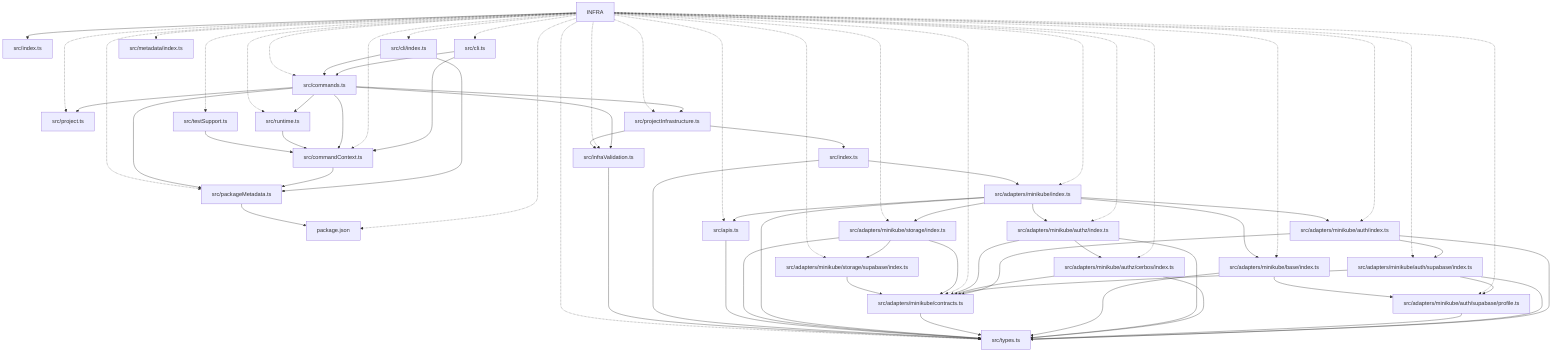
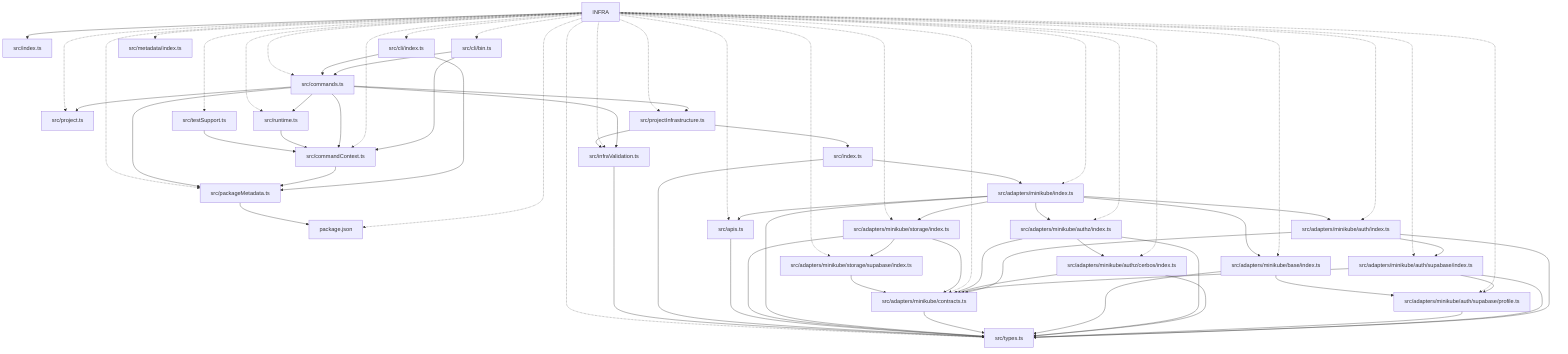
graph TD
  package__ankhorage_infra["INFRA"]
  entrypoint_src_index_ts["src/index.ts"]
  package__ankhorage_infra --> entrypoint_src_index_ts
  module_package_json["package.json"]
  package__ankhorage_infra -.-> module_package_json
  module_src_adapters_minikube_auth_index_ts["src/adapters/minikube/auth/index.ts"]
  package__ankhorage_infra -.-> module_src_adapters_minikube_auth_index_ts
  module_src_adapters_minikube_auth_index_ts --> module_src_adapters_minikube_auth_supabase_index_ts
  module_src_adapters_minikube_auth_index_ts --> module_src_adapters_minikube_contracts_ts
  module_src_adapters_minikube_auth_index_ts --> module_src_types_ts
  module_src_adapters_minikube_auth_supabase_index_ts["src/adapters/minikube/auth/supabase/index.ts"]
  package__ankhorage_infra -.-> module_src_adapters_minikube_auth_supabase_index_ts
  module_src_adapters_minikube_auth_supabase_index_ts --> module_src_adapters_minikube_auth_supabase_profile_ts
  module_src_adapters_minikube_auth_supabase_index_ts --> module_src_adapters_minikube_contracts_ts
  module_src_adapters_minikube_auth_supabase_index_ts --> module_src_types_ts
  module_src_adapters_minikube_auth_supabase_profile_ts["src/adapters/minikube/auth/supabase/profile.ts"]
  package__ankhorage_infra -.-> module_src_adapters_minikube_auth_supabase_profile_ts
  module_src_adapters_minikube_auth_supabase_profile_ts --> module_src_types_ts
  module_src_adapters_minikube_authz_cerbos_index_ts["src/adapters/minikube/authz/cerbos/index.ts"]
  package__ankhorage_infra -.-> module_src_adapters_minikube_authz_cerbos_index_ts
  module_src_adapters_minikube_authz_cerbos_index_ts --> module_src_adapters_minikube_contracts_ts
  module_src_adapters_minikube_authz_cerbos_index_ts --> module_src_types_ts
  module_src_adapters_minikube_authz_index_ts["src/adapters/minikube/authz/index.ts"]
  package__ankhorage_infra -.-> module_src_adapters_minikube_authz_index_ts
  module_src_adapters_minikube_authz_index_ts --> module_src_adapters_minikube_authz_cerbos_index_ts
  module_src_adapters_minikube_authz_index_ts --> module_src_adapters_minikube_contracts_ts
  module_src_adapters_minikube_authz_index_ts --> module_src_types_ts
  module_src_adapters_minikube_base_index_ts["src/adapters/minikube/base/index.ts"]
  package__ankhorage_infra -.-> module_src_adapters_minikube_base_index_ts
  module_src_adapters_minikube_base_index_ts --> module_src_adapters_minikube_auth_supabase_profile_ts
  module_src_adapters_minikube_base_index_ts --> module_src_types_ts
  module_src_adapters_minikube_contracts_ts["src/adapters/minikube/contracts.ts"]
  package__ankhorage_infra -.-> module_src_adapters_minikube_contracts_ts
  module_src_adapters_minikube_contracts_ts --> module_src_types_ts
  module_src_adapters_minikube_index_ts["src/adapters/minikube/index.ts"]
  package__ankhorage_infra -.-> module_src_adapters_minikube_index_ts
  module_src_adapters_minikube_index_ts --> module_src_adapters_minikube_auth_index_ts
  module_src_adapters_minikube_index_ts --> module_src_adapters_minikube_authz_index_ts
  module_src_adapters_minikube_index_ts --> module_src_adapters_minikube_base_index_ts
  module_src_adapters_minikube_index_ts --> module_src_adapters_minikube_storage_index_ts
  module_src_adapters_minikube_index_ts --> module_src_apis_ts
  module_src_adapters_minikube_index_ts --> module_src_types_ts
  module_src_adapters_minikube_storage_index_ts["src/adapters/minikube/storage/index.ts"]
  package__ankhorage_infra -.-> module_src_adapters_minikube_storage_index_ts
  module_src_adapters_minikube_storage_index_ts --> module_src_adapters_minikube_contracts_ts
  module_src_adapters_minikube_storage_index_ts --> module_src_adapters_minikube_storage_supabase_index_ts
  module_src_adapters_minikube_storage_index_ts --> module_src_types_ts
  module_src_adapters_minikube_storage_supabase_index_ts["src/adapters/minikube/storage/supabase/index.ts"]
  package__ankhorage_infra -.-> module_src_adapters_minikube_storage_supabase_index_ts
  module_src_adapters_minikube_storage_supabase_index_ts --> module_src_adapters_minikube_contracts_ts
  module_src_apis_ts["src/apis.ts"]
  package__ankhorage_infra -.-> module_src_apis_ts
  module_src_apis_ts --> module_src_types_ts
-   module_src_cli_ts["src/cli.ts"]
-   package__ankhorage_infra -.-> module_src_cli_ts
-   module_src_cli_ts --> module_src_commandContext_ts
-   module_src_cli_ts --> module_src_commands_ts
+   module_src_cli_bin_ts["src/cli/bin.ts"]
+   package__ankhorage_infra -.-> module_src_cli_bin_ts
+   module_src_cli_bin_ts --> module_src_commandContext_ts
+   module_src_cli_bin_ts --> module_src_commands_ts
  module_src_cli_index_ts["src/cli/index.ts"]
  package__ankhorage_infra -.-> module_src_cli_index_ts
  module_src_cli_index_ts --> module_src_commands_ts
  module_src_cli_index_ts --> module_src_packageMetadata_ts
  module_src_commandContext_ts["src/commandContext.ts"]
  package__ankhorage_infra -.-> module_src_commandContext_ts
  module_src_commandContext_ts --> module_src_packageMetadata_ts
  module_src_commands_ts["src/commands.ts"]
  package__ankhorage_infra -.-> module_src_commands_ts
  module_src_commands_ts --> module_src_commandContext_ts
  module_src_commands_ts --> module_src_infraValidation_ts
  module_src_commands_ts --> module_src_packageMetadata_ts
  module_src_commands_ts --> module_src_project_ts
  module_src_commands_ts --> module_src_projectInfrastructure_ts
  module_src_commands_ts --> module_src_runtime_ts
  module_src_index_ts["src/index.ts"]
  module_src_index_ts --> module_src_adapters_minikube_index_ts
  module_src_index_ts --> module_src_types_ts
  module_src_infraValidation_ts["src/infraValidation.ts"]
  package__ankhorage_infra -.-> module_src_infraValidation_ts
  module_src_infraValidation_ts --> module_src_types_ts
  module_src_metadata_index_ts["src/metadata/index.ts"]
  package__ankhorage_infra -.-> module_src_metadata_index_ts
  module_src_packageMetadata_ts["src/packageMetadata.ts"]
  package__ankhorage_infra -.-> module_src_packageMetadata_ts
  module_src_packageMetadata_ts --> module_package_json
  module_src_project_ts["src/project.ts"]
  package__ankhorage_infra -.-> module_src_project_ts
  module_src_projectInfrastructure_ts["src/projectInfrastructure.ts"]
  package__ankhorage_infra -.-> module_src_projectInfrastructure_ts
  module_src_projectInfrastructure_ts --> module_src_index_ts
  module_src_projectInfrastructure_ts --> module_src_infraValidation_ts
  module_src_runtime_ts["src/runtime.ts"]
  package__ankhorage_infra -.-> module_src_runtime_ts
  module_src_runtime_ts --> module_src_commandContext_ts
  module_src_testSupport_ts["src/testSupport.ts"]
  package__ankhorage_infra -.-> module_src_testSupport_ts
  module_src_testSupport_ts --> module_src_commandContext_ts
  module_src_types_ts["src/types.ts"]
  package__ankhorage_infra -.-> module_src_types_ts
